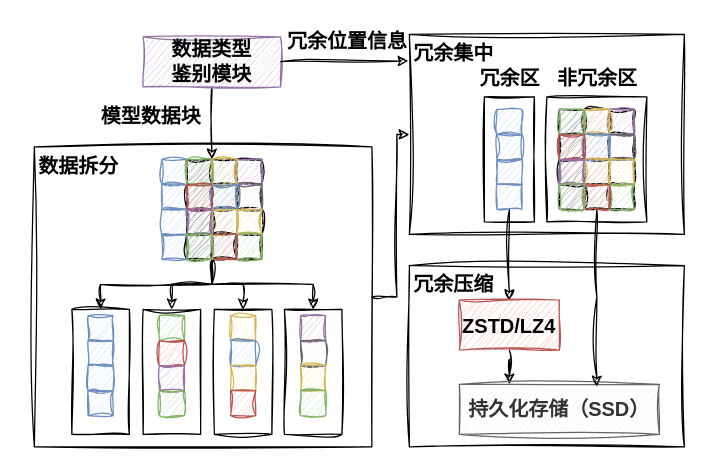
This is figures/0307模型数据处理模块.drawio from lucky6six/SJTU-lz, a draw.io file, before an edit. Source tidied: cells renumbered, new cells numbered last; positions are measured from the earlier drawing's top-left corner, leaving out a move shared by most shapes. Both pictures are drawn from the tidied source at 125%, with x=0, y=0 at pixel (21, 21).
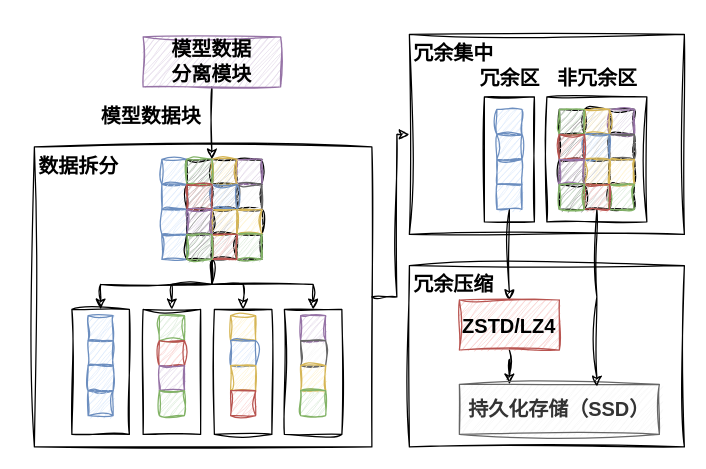
After the change.

The edit, as a diff of the source:
```diff
@@
-    <mxCell id="29" value="数据类型&lt;br&gt;鉴别模块" style="rounded=0;whiteSpace=wrap;html=1;fillColor=#e1d5e7;strokeColor=#9673a6;fontSize=16;fontStyle=1;sketch=1;curveFitting=1;jiggle=2;" parent="1" vertex="1">
+    <mxCell id="29" value="模型数据&lt;br&gt;分离模块" style="rounded=0;whiteSpace=wrap;html=1;fillColor=#e1d5e7;strokeColor=#9673a6;fontSize=16;fontStyle=1;sketch=1;curveFitting=1;jiggle=2;" parent="1" vertex="1">
       <mxGeometry x="97" y="12" width="110" height="40" as="geometry" />
     </mxCell>
@@
-    <mxCell id="73" style="rounded=0;jettySize=auto;html=1;entryX=-0.007;entryY=0.644;entryDx=0;entryDy=0;entryPerimeter=0;fontSize=16;fontStyle=1;sketch=1;curveFitting=1;jiggle=2;" parent="1" edge="1" source="29">
-      <mxGeometry relative="1" as="geometry">
-        <mxPoint x="309.2" y="31.3" as="targetPoint" />
-      </mxGeometry>
-    </mxCell>
-    <mxCell id="74" value="冗余位置信息" style="text;html=1;align=center;verticalAlign=middle;strokeColor=none;fillColor=none;fontSize=16;fontStyle=1;sketch=1;curveFitting=1;jiggle=2;" parent="1" vertex="1">
-      <mxGeometry x="200" width="120" height="30" as="geometry" />
-    </mxCell>
```
